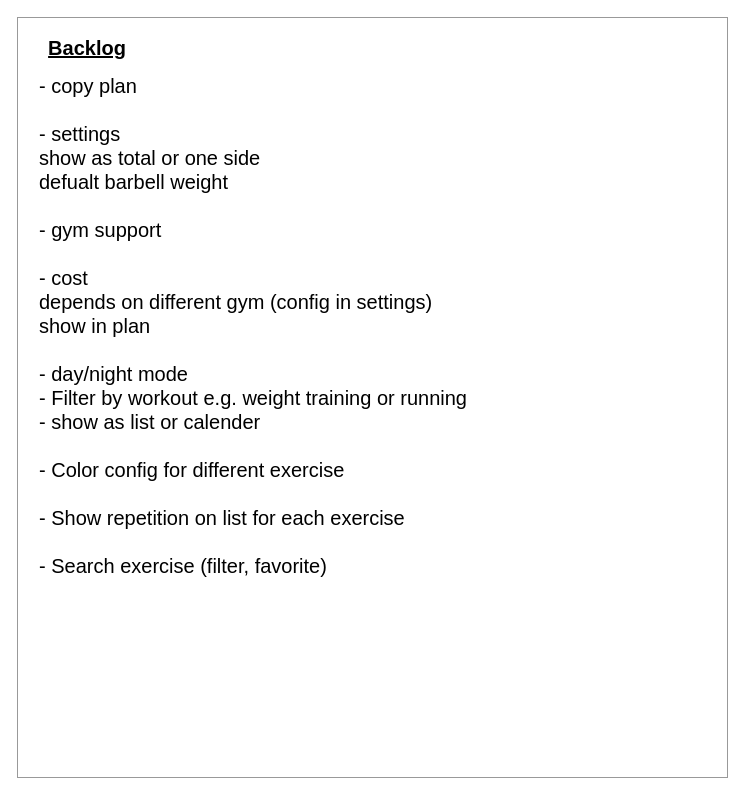
The draw.io diagram page "Backlog" (1 of 11) of workout_app_design.drawio in ChienKangLu/workout_app, before the edit. Source tidied: cells renumbered, new cells numbered last; positions are measured from the earlier drawing's top-left corner, leaving out a move shared by most shapes. Both pictures are drawn from the tidied source at 100%, with x=0, y=0 at pixel (17, 17).
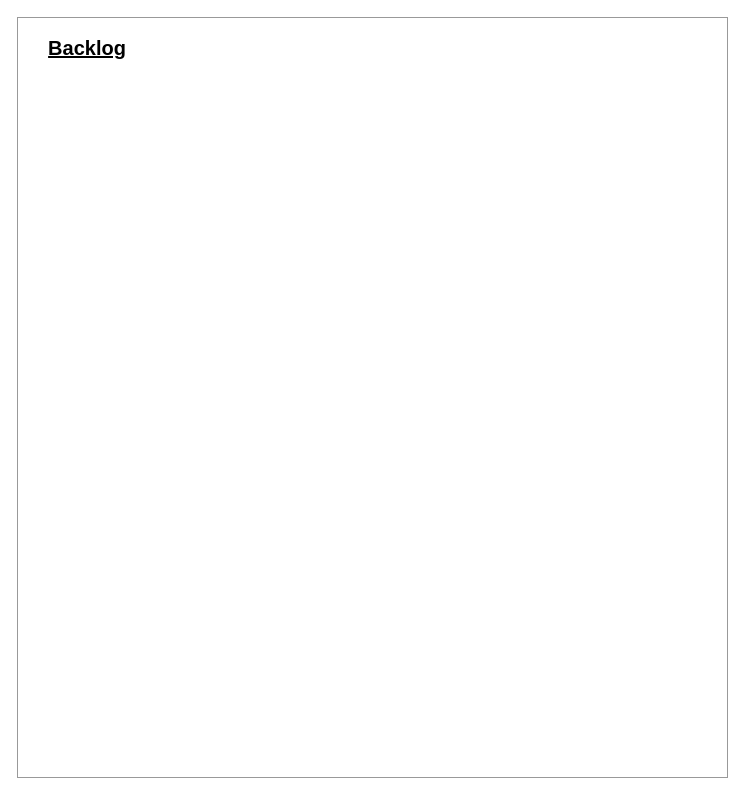
After the change.

Change to the diagram source:
```diff
@@
 <mxGraphModel>
   <root>
     <mxCell id="0" />
     <mxCell id="1" parent="0" />
     <mxCell id="2" style="rounded=0;whiteSpace=wrap;html=1;shadow=0;labelBackgroundColor=default;fontSize=20;fontColor=#000000;strokeColor=#999999;strokeWidth=1;fillColor=default;glass=0;sketch=0;" parent="1" vertex="1">
       <mxGeometry width="710" height="760" as="geometry" />
     </mxCell>
     <mxCell id="3" value="Backlog" style="text;html=1;strokeColor=none;fillColor=none;align=center;verticalAlign=middle;whiteSpace=wrap;rounded=0;shadow=0;labelBackgroundColor=default;fontSize=20;fontColor=#000000;fontStyle=5;" parent="1" vertex="1">
       <mxGeometry x="20" y="15" width="100" height="30" as="geometry" />
     </mxCell>
-    <mxCell id="4" value="- copy plan&lt;br&gt;&lt;br&gt;- settings&lt;br&gt;&lt;span style=&quot;&quot;&gt; &lt;/span&gt;show as total or one side&lt;br&gt;&lt;span style=&quot;&quot;&gt; &lt;/span&gt;defualt barbell weight&lt;br&gt;&lt;br&gt;- gym support&lt;br&gt;&lt;br&gt;- cost&lt;br&gt;depends on different gym (config in settings)&lt;br&gt;show in plan&lt;br&gt;&lt;br&gt;- day/night mode&lt;br&gt;- Filter by workout e.g. weight training or running&lt;br&gt;- show as list or calender&lt;br&gt;&lt;br&gt;- Color config for different exercise&lt;br&gt;&lt;br&gt;- Show repetition on list for each exercise&lt;br&gt;&lt;br&gt;- Search exercise (filter, favorite)" style="text;html=1;strokeColor=none;fillColor=none;align=left;verticalAlign=top;whiteSpace=wrap;rounded=0;shadow=0;labelBackgroundColor=default;fontSize=20;fontColor=#000000;" parent="1" vertex="1">
-      <mxGeometry x="20" y="50" width="660" height="380" as="geometry" />
-    </mxCell>
   </root>
 </mxGraphModel>
```
